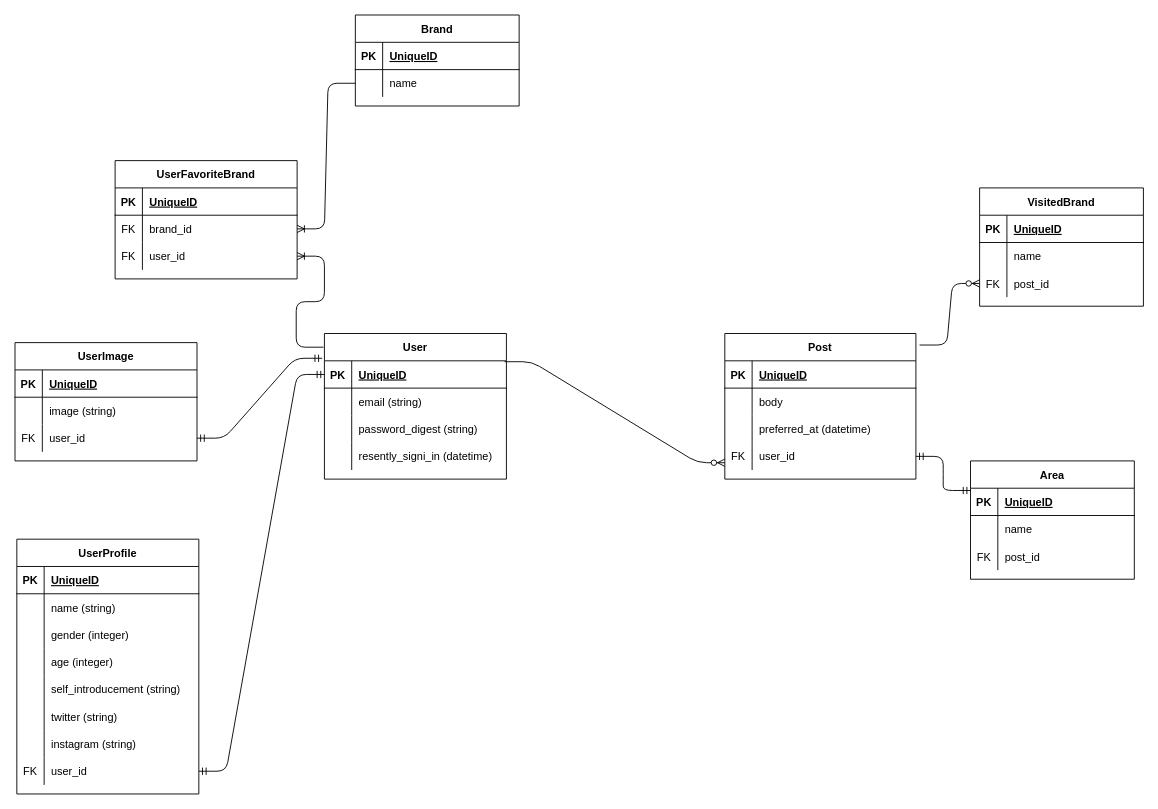
Before: er.drawio in kaze0000/Go-With-Fashion-api, a draw.io diagram. Source tidied: cells renumbered, new cells numbered last; positions are measured from the earlier drawing's top-left corner, leaving out a move shared by most shapes. Both pictures are drawn from the tidied source at 91%, with x=0, y=0 at pixel (15, 15).
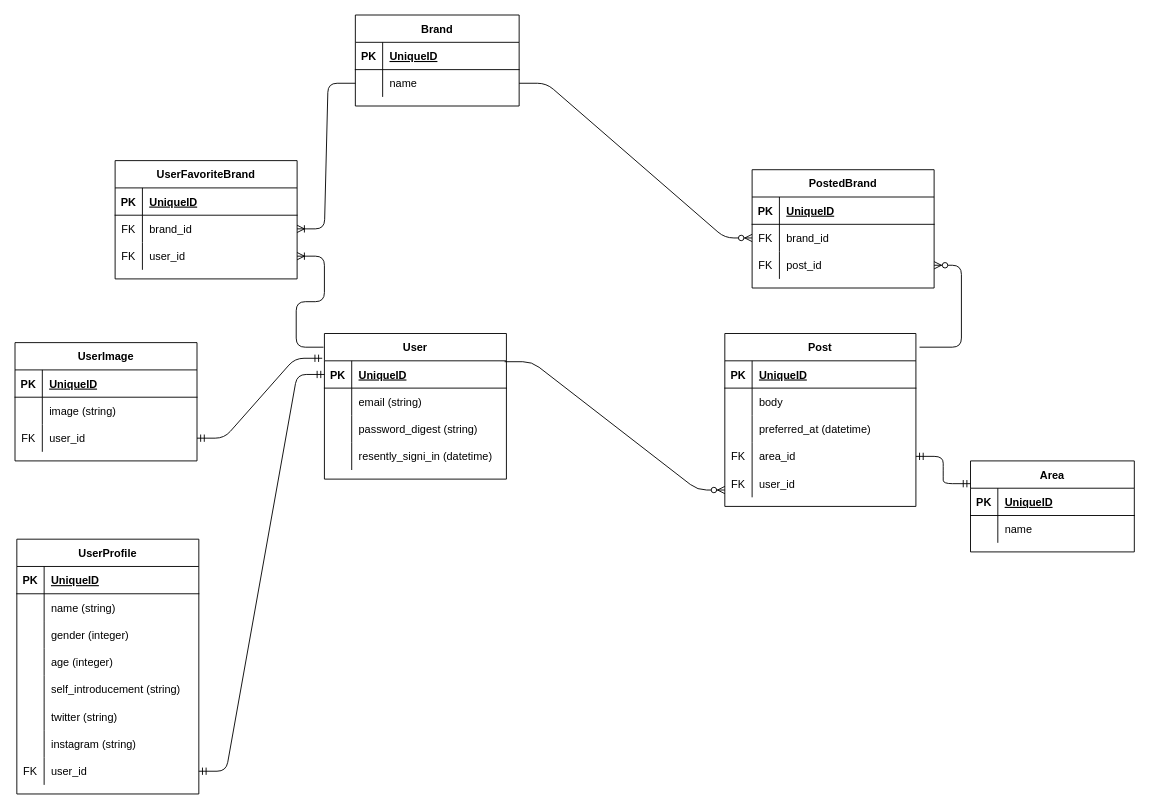
The same page after the edit.

The change refers to these unchanged cells:
```xml
<mxCell id="45" style="shape=partialRectangle;fillColor=none;top=0;left=0;bottom=0;right=0;points=[[0,0.5],[1,0.5]];portConstraint=eastwest;" parent="41" vertex="1">
  <mxGeometry y="60" width="180" height="30" as="geometry" />
</mxCell>
```

Diff of the diagram source:
```diff
@@
     <mxCell id="49" value="Post" style="shape=table;startSize=30;childLayout=tableLayout;rowLines=0;fontStyle=1;align=center;" parent="1" vertex="1">
-      <mxGeometry x="780" y="350" width="210" height="160" as="geometry" />
+      <mxGeometry x="780" y="350" width="210" height="190" as="geometry" />
     </mxCell>
@@
+    <mxCell id="107" style="shape=partialRectangle;fillColor=none;top=0;left=0;bottom=0;right=0;" parent="49" vertex="1">
+      <mxGeometry y="120" width="210" height="30" as="geometry" />
+    </mxCell>
+    <mxCell id="108" value="FK" style="shape=partialRectangle;fillColor=none;top=0;left=0;bottom=0;right=0;overflow=hidden;" parent="107" vertex="1">
+      <mxGeometry width="30" height="30" as="geometry" />
+    </mxCell>
+    <mxCell id="109" value="area_id" style="shape=partialRectangle;fillColor=none;top=0;left=0;bottom=0;right=0;align=left;spacingLeft=6;overflow=hidden;" parent="107" vertex="1">
+      <mxGeometry x="30" width="180" height="30" as="geometry" />
+    </mxCell>
     <mxCell id="59" style="shape=partialRectangle;fillColor=none;top=0;left=0;bottom=0;right=0;points=[[0,0.5],[1,0.5]];portConstraint=eastwest;" parent="49" vertex="1">
-      <mxGeometry y="120" width="210" height="30" as="geometry" />
+      <mxGeometry y="150" width="210" height="30" as="geometry" />
     </mxCell>
@@
-    <mxCell id="63" value="VisitedBrand" style="shape=table;startSize=30;childLayout=tableLayout;rowLines=0;fontStyle=1;align=center;" parent="1" vertex="1">
-      <mxGeometry x="1060" y="190" width="180" height="130" as="geometry" />
-    </mxCell>
-    <mxCell id="64" style="shape=partialRectangle;fillColor=none;top=0;left=0;bottom=1;right=0;" parent="63" vertex="1">
-      <mxGeometry y="30" width="180" height="30" as="geometry" />
-    </mxCell>
-    <mxCell id="65" value="PK" style="shape=partialRectangle;fillColor=none;top=0;left=0;bottom=0;right=0;fontStyle=1;overflow=hidden;" parent="64" vertex="1">
-      <mxGeometry width="30" height="30" as="geometry" />
-    </mxCell>
-    <mxCell id="66" value="UniqueID" style="shape=partialRectangle;fillColor=none;top=0;left=0;bottom=0;right=0;align=left;spacingLeft=6;fontStyle=5;overflow=hidden;" parent="64" vertex="1">
-      <mxGeometry x="30" width="150" height="30" as="geometry" />
-    </mxCell>
-    <mxCell id="67" style="shape=partialRectangle;fillColor=none;top=0;left=0;bottom=0;right=0;" parent="63" vertex="1">
-      <mxGeometry y="60" width="180" height="30" as="geometry" />
-    </mxCell>
-    <mxCell id="68" style="shape=partialRectangle;fillColor=none;top=0;left=0;bottom=0;right=0;overflow=hidden;" parent="67" vertex="1">
-      <mxGeometry width="30" height="30" as="geometry" />
-    </mxCell>
-    <mxCell id="69" value="name" style="shape=partialRectangle;fillColor=none;top=0;left=0;bottom=0;right=0;align=left;spacingLeft=6;overflow=hidden;" parent="67" vertex="1">
-      <mxGeometry x="30" width="150" height="30" as="geometry" />
-    </mxCell>
-    <mxCell id="70" style="shape=partialRectangle;fillColor=none;top=0;left=0;bottom=0;right=0;points=[[0,0.5],[1,0.5]];portConstraint=eastwest;" parent="63" vertex="1">
-      <mxGeometry y="90" width="180" height="30" as="geometry" />
-    </mxCell>
-    <mxCell id="71" value="FK" style="shape=partialRectangle;fillColor=none;top=0;left=0;bottom=0;right=0;overflow=hidden;" parent="70" vertex="1">
-      <mxGeometry width="30" height="30" as="geometry" />
-    </mxCell>
-    <mxCell id="72" value="post_id" style="shape=partialRectangle;fillColor=none;top=0;left=0;bottom=0;right=0;align=left;spacingLeft=6;overflow=hidden;" parent="70" vertex="1">
-      <mxGeometry x="30" width="150" height="30" as="geometry" />
-    </mxCell>
-    <mxCell id="73" style="edgeStyle=entityRelationEdgeStyle;fontSize=12;html=1;endArrow=ERzeroToMany;endFill=1;entryX=0;entryY=0.5;entryDx=0;entryDy=0;exitX=1.019;exitY=0.079;exitDx=0;exitDy=0;exitPerimeter=0;" parent="1" edge="1" source="49" target="70">
+    <mxCell id="73" style="edgeStyle=entityRelationEdgeStyle;fontSize=12;html=1;endArrow=ERzeroToMany;endFill=1;exitX=1.019;exitY=0.079;exitDx=0;exitDy=0;exitPerimeter=0;" parent="1" edge="1" source="49" target="115">
       <mxGeometry relative="1" as="geometry" />
     </mxCell>
     <mxCell id="74" value="Area" style="shape=table;startSize=30;childLayout=tableLayout;rowLines=0;fontStyle=1;align=center;" parent="1" vertex="1">
-      <mxGeometry x="1050" y="490" width="180" height="130" as="geometry" />
+      <mxGeometry x="1050" y="490" width="180" height="100" as="geometry" />
     </mxCell>
@@
-    <mxCell id="81" style="shape=partialRectangle;fillColor=none;top=0;left=0;bottom=0;right=0;" parent="74" vertex="1">
-      <mxGeometry y="90" width="180" height="30" as="geometry" />
-    </mxCell>
-    <mxCell id="82" value="FK" style="shape=partialRectangle;fillColor=none;top=0;left=0;bottom=0;right=0;overflow=hidden;" parent="81" vertex="1">
-      <mxGeometry width="30" height="30" as="geometry" />
-    </mxCell>
-    <mxCell id="83" value="post_id" style="shape=partialRectangle;fillColor=none;top=0;left=0;bottom=0;right=0;align=left;spacingLeft=6;overflow=hidden;" parent="81" vertex="1">
-      <mxGeometry x="30" width="150" height="30" as="geometry" />
-    </mxCell>
@@
+    <mxCell id="110" value="PostedBrand" style="shape=table;startSize=30;childLayout=tableLayout;rowLines=0;fontStyle=1;align=center;" parent="1" vertex="1">
+      <mxGeometry x="810" y="170" width="200" height="130" as="geometry" />
+    </mxCell>
+    <mxCell id="111" style="shape=partialRectangle;fillColor=none;top=0;left=0;bottom=1;right=0;" parent="110" vertex="1">
+      <mxGeometry y="30" width="200" height="30" as="geometry" />
+    </mxCell>
+    <mxCell id="65" value="PK" style="shape=partialRectangle;fillColor=none;top=0;left=0;bottom=0;right=0;fontStyle=1;overflow=hidden;" parent="111" vertex="1">
+      <mxGeometry width="30" height="30" as="geometry" />
+    </mxCell>
+    <mxCell id="66" value="UniqueID" style="shape=partialRectangle;fillColor=none;top=0;left=0;bottom=0;right=0;align=left;spacingLeft=6;fontStyle=5;overflow=hidden;" parent="111" vertex="1">
+      <mxGeometry x="30" width="170" height="30" as="geometry" />
+    </mxCell>
+    <mxCell id="112" style="shape=partialRectangle;fillColor=none;top=0;left=0;bottom=0;right=0;points=[[0,0.5],[1,0.5]];portConstraint=eastwest;" parent="110" vertex="1">
+      <mxGeometry y="60" width="200" height="30" as="geometry" />
+    </mxCell>
+    <mxCell id="113" value="FK" style="shape=partialRectangle;fillColor=none;top=0;left=0;bottom=0;right=0;overflow=hidden;" parent="112" vertex="1">
+      <mxGeometry width="30" height="30" as="geometry" />
+    </mxCell>
+    <mxCell id="114" value="brand_id" style="shape=partialRectangle;fillColor=none;top=0;left=0;bottom=0;right=0;align=left;spacingLeft=6;overflow=hidden;" parent="112" vertex="1">
+      <mxGeometry x="30" width="170" height="30" as="geometry" />
+    </mxCell>
+    <mxCell id="115" style="shape=partialRectangle;fillColor=none;top=0;left=0;bottom=0;right=0;points=[[0,0.5],[1,0.5]];portConstraint=eastwest;" parent="110" vertex="1">
+      <mxGeometry y="90" width="200" height="30" as="geometry" />
+    </mxCell>
+    <mxCell id="116" value="FK" style="shape=partialRectangle;fillColor=none;top=0;left=0;bottom=0;right=0;overflow=hidden;" parent="115" vertex="1">
+      <mxGeometry width="30" height="30" as="geometry" />
+    </mxCell>
+    <mxCell id="117" value="post_id" style="shape=partialRectangle;fillColor=none;top=0;left=0;bottom=0;right=0;align=left;spacingLeft=6;overflow=hidden;" parent="115" vertex="1">
+      <mxGeometry x="30" width="170" height="30" as="geometry" />
+    </mxCell>
+    <mxCell id="118" style="edgeStyle=entityRelationEdgeStyle;fontSize=12;html=1;endArrow=ERzeroToMany;endFill=1;exitX=1;exitY=0.5;exitDx=0;exitDy=0;entryX=0;entryY=0.5;entryDx=0;entryDy=0;" parent="1" edge="1" source="45" target="112">
+      <mxGeometry relative="1" as="geometry" />
+    </mxCell>
```
